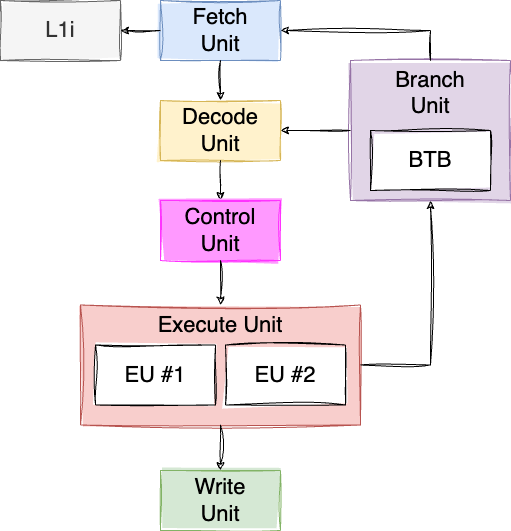
The draw.io diagram res/majorana-mvp-5.drawio.png in teivah/majorana, before a commit. Source tidied: cells renumbered, new cells last; positions are measured from the earlier drawing's top-left corner, leaving out a move shared by most shapes. The source it was exported from:
```xml
<mxGraphModel>
  <root>
    <mxCell id="0" />
    <mxCell id="1" parent="0" />
    <mxCell id="2" value="Fetch&lt;br&gt;Unit" style="rounded=0;whiteSpace=wrap;html=1;sketch=1;curveFitting=1;jiggle=2;fontSize=22;fillStyle=solid;fillColor=#dae8fc;strokeColor=#6c8ebf;" parent="1" vertex="1">
      <mxGeometry x="160" width="120" height="60" as="geometry" />
    </mxCell>
    <mxCell id="3" value="Decode&lt;br&gt;Unit" style="rounded=0;whiteSpace=wrap;html=1;sketch=1;curveFitting=1;jiggle=2;fontSize=22;fillStyle=solid;fillColor=#fff2cc;strokeColor=#d6b656;" parent="1" vertex="1">
      <mxGeometry x="160" y="100" width="120" height="60" as="geometry" />
    </mxCell>
    <mxCell id="4" style="endArrow=classic;html=1;rounded=0;exitX=0.5;exitY=1;exitDx=0;exitDy=0;sketch=1;curveFitting=1;jiggle=2;" parent="1" edge="1" source="2" target="3">
      <mxGeometry relative="1" as="geometry" />
    </mxCell>
    <mxCell id="5" value="Execute Unit" style="rounded=0;whiteSpace=wrap;html=1;sketch=1;curveFitting=1;jiggle=2;fontSize=22;verticalAlign=top;fillStyle=solid;fillColor=#f8cecc;strokeColor=#b85450;" parent="1" vertex="1">
      <mxGeometry x="80" y="304.5" width="280" height="120" as="geometry" />
    </mxCell>
    <mxCell id="6" value="Write&lt;br&gt;Unit" style="rounded=0;whiteSpace=wrap;html=1;sketch=1;curveFitting=1;jiggle=2;fontSize=22;fillStyle=solid;fillColor=#d5e8d4;strokeColor=#82b366;" parent="1" vertex="1">
      <mxGeometry x="160" y="470" width="120" height="60" as="geometry" />
    </mxCell>
    <mxCell id="7" style="endArrow=classic;html=1;rounded=0;sketch=1;curveFitting=1;jiggle=2;entryX=0.5;entryY=0;entryDx=0;entryDy=0;" parent="1" edge="1" target="18">
      <mxGeometry relative="1" as="geometry">
        <mxPoint x="220" y="160" as="sourcePoint" />
      </mxGeometry>
    </mxCell>
    <mxCell id="8" style="endArrow=classic;html=1;rounded=0;sketch=1;curveFitting=1;jiggle=2;entryX=0.5;entryY=0;entryDx=0;entryDy=0;exitX=0.5;exitY=1;exitDx=0;exitDy=0;" parent="1" edge="1" source="5" target="6">
      <mxGeometry relative="1" as="geometry" />
    </mxCell>
    <mxCell id="9" value="L1i" style="rounded=0;whiteSpace=wrap;html=1;sketch=1;curveFitting=1;jiggle=2;fontSize=22;fillStyle=solid;fillColor=#f5f5f5;fontColor=#333333;strokeColor=#666666;" parent="1" vertex="1">
      <mxGeometry width="120" height="60" as="geometry" />
    </mxCell>
    <mxCell id="10" style="endArrow=classic;html=1;rounded=0;exitX=0;exitY=0.5;exitDx=0;exitDy=0;sketch=1;curveFitting=1;jiggle=2;entryX=1;entryY=0.5;entryDx=0;entryDy=0;" parent="1" edge="1" source="2" target="9">
      <mxGeometry relative="1" as="geometry" />
    </mxCell>
    <mxCell id="11" value="Branch&lt;br&gt;Unit" style="rounded=0;whiteSpace=wrap;html=1;sketch=1;curveFitting=1;jiggle=2;fontSize=22;verticalAlign=top;fillStyle=solid;fillColor=#e1d5e7;strokeColor=#9673a6;" parent="1" vertex="1">
      <mxGeometry x="350" y="60" width="160" height="140" as="geometry" />
    </mxCell>
    <mxCell id="12" style="endArrow=classic;html=1;rounded=0;sketch=1;curveFitting=1;jiggle=2;entryX=0.5;entryY=1;entryDx=0;entryDy=0;exitX=1;exitY=0.5;exitDx=0;exitDy=0;edgeStyle=orthogonalEdgeStyle;" parent="1" edge="1" source="5" target="11">
      <mxGeometry relative="1" as="geometry" />
    </mxCell>
    <mxCell id="13" value="BTB" style="rounded=0;whiteSpace=wrap;html=1;sketch=1;curveFitting=1;jiggle=2;fontSize=22;fillStyle=solid;" parent="1" vertex="1">
      <mxGeometry x="370" y="130" width="120" height="60" as="geometry" />
    </mxCell>
    <mxCell id="14" style="endArrow=classic;html=1;rounded=0;sketch=1;curveFitting=1;jiggle=2;entryX=1;entryY=0.5;entryDx=0;entryDy=0;exitX=0.5;exitY=0;exitDx=0;exitDy=0;edgeStyle=orthogonalEdgeStyle;" parent="1" edge="1" source="11" target="2">
      <mxGeometry relative="1" as="geometry" />
    </mxCell>
    <mxCell id="15" style="endArrow=classic;html=1;rounded=0;sketch=1;curveFitting=1;jiggle=2;exitX=0;exitY=0.5;exitDx=0;exitDy=0;edgeStyle=orthogonalEdgeStyle;" parent="1" edge="1" source="11" target="3">
      <mxGeometry relative="1" as="geometry" />
    </mxCell>
    <mxCell id="16" value="EU #1" style="rounded=0;whiteSpace=wrap;html=1;sketch=1;curveFitting=1;jiggle=2;fontSize=22;fillStyle=solid;" parent="1" vertex="1">
      <mxGeometry x="95" y="344.5" width="120" height="60" as="geometry" />
    </mxCell>
    <mxCell id="17" value="EU #2" style="rounded=0;whiteSpace=wrap;html=1;sketch=1;curveFitting=1;jiggle=2;fontSize=22;fillStyle=solid;" parent="1" vertex="1">
      <mxGeometry x="225" y="344.5" width="120" height="60" as="geometry" />
    </mxCell>
    <mxCell id="18" value="Control&lt;br&gt;Unit" style="rounded=0;whiteSpace=wrap;html=1;sketch=1;curveFitting=1;jiggle=2;fontSize=22;fillStyle=solid;fillColor=#FF99FF;strokeColor=#FF33FF;" parent="1" vertex="1">
      <mxGeometry x="160" y="200" width="120" height="60" as="geometry" />
    </mxCell>
    <mxCell id="19" style="endArrow=classic;html=1;rounded=0;sketch=1;curveFitting=1;jiggle=2;entryX=0.5;entryY=0;entryDx=0;entryDy=0;exitX=0.5;exitY=1;exitDx=0;exitDy=0;" parent="1" edge="1" source="18" target="5">
      <mxGeometry relative="1" as="geometry" />
    </mxCell>
  </root>
</mxGraphModel>
```
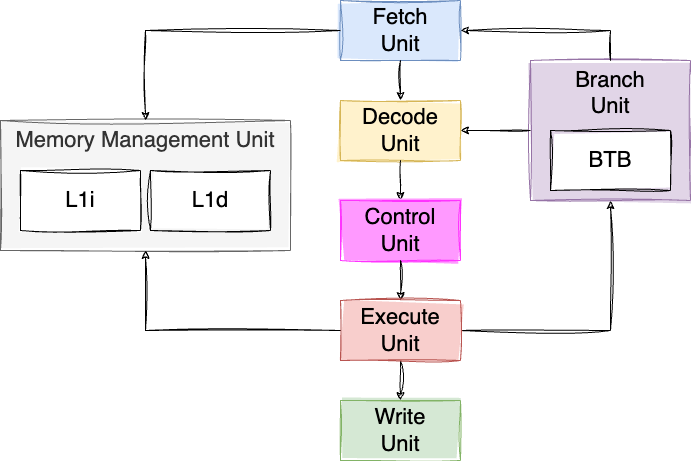
Above is the later version.

What changed in the source:
```diff
@@ -11,11 +11,8 @@
     <mxCell id="4" style="endArrow=classic;html=1;rounded=0;exitX=0.5;exitY=1;exitDx=0;exitDy=0;sketch=1;curveFitting=1;jiggle=2;" parent="1" edge="1" source="2" target="3">
       <mxGeometry relative="1" as="geometry" />
     </mxCell>
-    <mxCell id="5" value="Execute Unit" style="rounded=0;whiteSpace=wrap;html=1;sketch=1;curveFitting=1;jiggle=2;fontSize=22;verticalAlign=top;fillStyle=solid;fillColor=#f8cecc;strokeColor=#b85450;" parent="1" vertex="1">
-      <mxGeometry x="80" y="304.5" width="280" height="120" as="geometry" />
-    </mxCell>
     <mxCell id="6" value="Write&lt;br&gt;Unit" style="rounded=0;whiteSpace=wrap;html=1;sketch=1;curveFitting=1;jiggle=2;fontSize=22;fillStyle=solid;fillColor=#d5e8d4;strokeColor=#82b366;" parent="1" vertex="1">
-      <mxGeometry x="160" y="470" width="120" height="60" as="geometry" />
+      <mxGeometry x="160" y="400" width="120" height="60" as="geometry" />
     </mxCell>
     <mxCell id="7" style="endArrow=classic;html=1;rounded=0;sketch=1;curveFitting=1;jiggle=2;entryX=0.5;entryY=0;entryDx=0;entryDy=0;" parent="1" edge="1" target="18">
       <mxGeometry relative="1" as="geometry">
@@ -25,12 +22,6 @@
     <mxCell id="8" style="endArrow=classic;html=1;rounded=0;sketch=1;curveFitting=1;jiggle=2;entryX=0.5;entryY=0;entryDx=0;entryDy=0;exitX=0.5;exitY=1;exitDx=0;exitDy=0;" parent="1" edge="1" source="5" target="6">
       <mxGeometry relative="1" as="geometry" />
     </mxCell>
-    <mxCell id="9" value="L1i" style="rounded=0;whiteSpace=wrap;html=1;sketch=1;curveFitting=1;jiggle=2;fontSize=22;fillStyle=solid;fillColor=#f5f5f5;fontColor=#333333;strokeColor=#666666;" parent="1" vertex="1">
-      <mxGeometry width="120" height="60" as="geometry" />
-    </mxCell>
-    <mxCell id="10" style="endArrow=classic;html=1;rounded=0;exitX=0;exitY=0.5;exitDx=0;exitDy=0;sketch=1;curveFitting=1;jiggle=2;entryX=1;entryY=0.5;entryDx=0;entryDy=0;" parent="1" edge="1" source="2" target="9">
-      <mxGeometry relative="1" as="geometry" />
-    </mxCell>
     <mxCell id="11" value="Branch&lt;br&gt;Unit" style="rounded=0;whiteSpace=wrap;html=1;sketch=1;curveFitting=1;jiggle=2;fontSize=22;verticalAlign=top;fillStyle=solid;fillColor=#e1d5e7;strokeColor=#9673a6;" parent="1" vertex="1">
       <mxGeometry x="350" y="60" width="160" height="140" as="geometry" />
     </mxCell>
@@ -46,17 +37,35 @@
     <mxCell id="15" style="endArrow=classic;html=1;rounded=0;sketch=1;curveFitting=1;jiggle=2;exitX=0;exitY=0.5;exitDx=0;exitDy=0;edgeStyle=orthogonalEdgeStyle;" parent="1" edge="1" source="11" target="3">
       <mxGeometry relative="1" as="geometry" />
     </mxCell>
-    <mxCell id="16" value="EU #1" style="rounded=0;whiteSpace=wrap;html=1;sketch=1;curveFitting=1;jiggle=2;fontSize=22;fillStyle=solid;" parent="1" vertex="1">
-      <mxGeometry x="95" y="344.5" width="120" height="60" as="geometry" />
-    </mxCell>
-    <mxCell id="17" value="EU #2" style="rounded=0;whiteSpace=wrap;html=1;sketch=1;curveFitting=1;jiggle=2;fontSize=22;fillStyle=solid;" parent="1" vertex="1">
-      <mxGeometry x="225" y="344.5" width="120" height="60" as="geometry" />
-    </mxCell>
     <mxCell id="18" value="Control&lt;br&gt;Unit" style="rounded=0;whiteSpace=wrap;html=1;sketch=1;curveFitting=1;jiggle=2;fontSize=22;fillStyle=solid;fillColor=#FF99FF;strokeColor=#FF33FF;" parent="1" vertex="1">
       <mxGeometry x="160" y="200" width="120" height="60" as="geometry" />
     </mxCell>
     <mxCell id="19" style="endArrow=classic;html=1;rounded=0;sketch=1;curveFitting=1;jiggle=2;entryX=0.5;entryY=0;entryDx=0;entryDy=0;exitX=0.5;exitY=1;exitDx=0;exitDy=0;" parent="1" edge="1" source="18" target="5">
       <mxGeometry relative="1" as="geometry" />
     </mxCell>
+    <mxCell id="20" value="Memory Management Unit" style="rounded=0;whiteSpace=wrap;html=1;sketch=1;curveFitting=1;jiggle=2;fontSize=22;fillStyle=solid;fillColor=#f5f5f5;fontColor=#333333;strokeColor=#666666;verticalAlign=top;" parent="1" vertex="1">
+      <mxGeometry x="-180" y="120" width="290" height="130" as="geometry" />
+    </mxCell>
+    <mxCell id="9" value="L1i" style="rounded=0;whiteSpace=wrap;html=1;sketch=1;curveFitting=1;jiggle=2;fontSize=22;fillStyle=solid;" parent="1" vertex="1">
+      <mxGeometry x="-160" y="170" width="120" height="60" as="geometry" />
+    </mxCell>
+    <mxCell id="21" value="L1d" style="rounded=0;whiteSpace=wrap;html=1;sketch=1;curveFitting=1;jiggle=2;fontSize=22;fillStyle=solid;" parent="1" vertex="1">
+      <mxGeometry x="-30" y="170" width="120" height="60" as="geometry" />
+    </mxCell>
+    <mxCell id="22" style="endArrow=classic;html=1;rounded=0;exitX=0;exitY=0.5;exitDx=0;exitDy=0;sketch=1;curveFitting=1;jiggle=2;entryX=0.5;entryY=0;entryDx=0;entryDy=0;edgeStyle=orthogonalEdgeStyle;" parent="1" edge="1" target="20">
+      <mxGeometry relative="1" as="geometry">
+        <mxPoint x="160" y="30" as="sourcePoint" />
+      </mxGeometry>
+    </mxCell>
+    <mxCell id="23" style="endArrow=classic;html=1;rounded=0;exitX=0;exitY=0.5;exitDx=0;exitDy=0;sketch=1;curveFitting=1;jiggle=2;entryX=0.5;entryY=1;entryDx=0;entryDy=0;edgeStyle=orthogonalEdgeStyle;" parent="1" edge="1" source="5" target="20">
+      <mxGeometry relative="1" as="geometry">
+        <Array as="points">
+          <mxPoint x="-35" y="330" />
+        </Array>
+      </mxGeometry>
+    </mxCell>
+    <mxCell id="5" value="Execute&lt;br&gt;Unit" style="rounded=0;whiteSpace=wrap;html=1;sketch=1;curveFitting=1;jiggle=2;fontSize=22;fillStyle=solid;fillColor=#f8cecc;strokeColor=#b85450;" parent="1" vertex="1">
+      <mxGeometry x="160" y="300" width="120" height="60" as="geometry" />
+    </mxCell>
   </root>
 </mxGraphModel>
```
